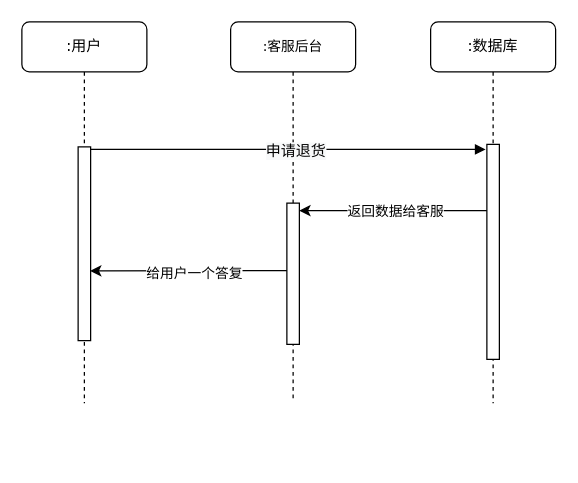
Before: 退货协商顺序图.drawio in 200928/image, a draw.io diagram. Source tidied: cells renumbered, new cells numbered last; positions are measured from the earlier drawing's top-left corner, leaving out a move shared by most shapes. Both pictures are drawn from the tidied source at 125%, with x=0, y=0 at pixel (21, 21).
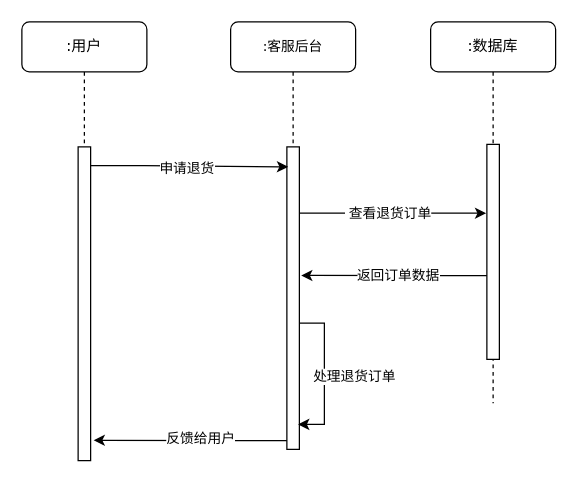
The same diagram, later.

Commit message (it also covers changes not shown here):
更新退货协商顺序图.drawio

Unchanged cells that the change refers to:
```xml
<mxCell id="5" style="html=1;points=[];perimeter=orthogonalPerimeter;rounded=0;shadow=0;comic=0;labelBackgroundColor=none;strokeWidth=1;fontFamily=Verdana;fontSize=12;align=center;" parent="4" vertex="1">
  <mxGeometry x="45" y="98" width="10" height="172" as="geometry" />
</mxCell>
```

Change to the diagram source:
```diff
@@
     <mxCell id="2" value="&lt;font style=&quot;font-size: 11px ; line-height: 1.2&quot;&gt;:客服后台&lt;/font&gt;" style="shape=umlLifeline;perimeter=lifelinePerimeter;whiteSpace=wrap;html=1;rounded=1;shadow=0;comic=0;labelBackgroundColor=none;strokeWidth=1;fontFamily=Verdana;fontSize=12;align=center;" parent="1" vertex="1">
-      <mxGeometry x="167" width="100" height="302" as="geometry" />
+      <mxGeometry x="167" width="100" height="342" as="geometry" />
     </mxCell>
     <mxCell id="3" style="html=1;points=[];perimeter=orthogonalPerimeter;rounded=0;shadow=0;comic=0;labelBackgroundColor=none;strokeWidth=1;fontFamily=Verdana;fontSize=12;align=center;" parent="2" vertex="1">
-      <mxGeometry x="45" y="145" width="10" height="113" as="geometry" />
+      <mxGeometry x="45" y="100" width="10" height="242" as="geometry" />
     </mxCell>
+    <mxCell id="14" style="edgeStyle=orthogonalEdgeStyle;rounded=0;jettySize=auto;html=1;" parent="2" edge="1" source="3">
+      <mxGeometry relative="1" as="geometry">
+        <mxPoint x="54" y="322" as="targetPoint" />
+        <Array as="points">
+          <mxPoint x="75" y="241" />
+          <mxPoint x="75" y="322" />
+        </Array>
+      </mxGeometry>
+    </mxCell>
+    <mxCell id="15" value="处理退货订单" style="edgeLabel;html=1;align=center;verticalAlign=middle;" parent="14" vertex="1">
+      <mxGeometry x="-0.25" y="-3" relative="1" as="geometry">
+        <mxPoint x="26" y="16" as="offset" />
+      </mxGeometry>
+    </mxCell>
@@
     <mxCell id="6" value=":用户" style="shape=umlLifeline;perimeter=lifelinePerimeter;whiteSpace=wrap;html=1;rounded=1;shadow=0;comic=0;labelBackgroundColor=none;strokeWidth=1;fontFamily=Verdana;fontSize=12;align=center;" parent="1" vertex="1">
-      <mxGeometry width="100" height="305" as="geometry" />
+      <mxGeometry width="100" height="351" as="geometry" />
     </mxCell>
     <mxCell id="7" style="html=1;points=[];perimeter=orthogonalPerimeter;rounded=0;shadow=0;comic=0;labelBackgroundColor=none;strokeWidth=1;fontFamily=Verdana;fontSize=12;align=center;" parent="6" vertex="1">
-      <mxGeometry x="45" y="100" width="10" height="155" as="geometry" />
+      <mxGeometry x="45" y="100" width="10" height="251" as="geometry" />
     </mxCell>
-    <mxCell id="8" style="html=1;verticalAlign=bottom;endArrow=block;labelBackgroundColor=none;fontFamily=Verdana;fontSize=12;edgeStyle=elbowEdgeStyle;elbow=vertical;" parent="1" edge="1">
-      <mxGeometry x="-0.03" y="-57" relative="1" as="geometry">
-        <mxPoint x="55" y="102" as="sourcePoint" />
-        <mxPoint x="371" y="102" as="targetPoint" />
-      </mxGeometry>
-    </mxCell>
+    <mxCell id="16" style="edgeStyle=orthogonalEdgeStyle;rounded=0;jettySize=auto;html=1;" parent="1" edge="1" source="7">
+      <mxGeometry relative="1" as="geometry">
+        <mxPoint x="213" y="116" as="targetPoint" />
+        <Array as="points">
+          <mxPoint x="98" y="115" />
+          <mxPoint x="98" y="115" />
+        </Array>
+      </mxGeometry>
+    </mxCell>
-    <mxCell id="9" value="&lt;span style=&quot;font-family: &amp;#34;verdana&amp;#34; ; font-size: 12px ; background-color: rgb(248 , 249 , 250)&quot;&gt;申请退货&lt;/span&gt;" style="edgeLabel;html=1;align=center;verticalAlign=middle;" parent="8" vertex="1">
-      <mxGeometry x="-0.18" y="-2" relative="1" as="geometry">
-        <mxPoint x="33" y="-1" as="offset" />
+    <mxCell id="9" value="申请退货" style="edgeLabel;html=1;align=center;verticalAlign=middle;" parent="16" vertex="1">
+      <mxGeometry x="-0.13" y="-2" relative="1" as="geometry">
+        <mxPoint x="8" y="-1" as="offset" />
       </mxGeometry>
     </mxCell>
-    <mxCell id="10" style="edgeStyle=orthogonalEdgeStyle;rounded=0;jettySize=auto;html=1;" parent="1" edge="1" source="5">
-      <mxGeometry relative="1" as="geometry">
-        <mxPoint x="222" y="151" as="targetPoint" />
-        <Array as="points">
-          <mxPoint x="223" y="151" />
-        </Array>
-      </mxGeometry>
-    </mxCell>
-    <mxCell id="11" value="返回数据给客服" style="edgeLabel;html=1;align=center;verticalAlign=middle;" parent="10" vertex="1">
-      <mxGeometry x="0.15" y="1" relative="1" as="geometry">
-        <mxPoint x="12" y="-1" as="offset" />
-      </mxGeometry>
-    </mxCell>
+    <mxCell id="17" style="edgeStyle=orthogonalEdgeStyle;rounded=0;jettySize=auto;html=1;entryX=-0.056;entryY=0.32;entryDx=0;entryDy=0;entryPerimeter=0;" parent="1" edge="1" source="3" target="5">
+      <mxGeometry relative="1" as="geometry">
+        <Array as="points">
+          <mxPoint x="261" y="153" />
+          <mxPoint x="261" y="153" />
+        </Array>
+      </mxGeometry>
+    </mxCell>
+    <mxCell id="18" value="&amp;nbsp;查看退货订单" style="edgeLabel;html=1;align=center;verticalAlign=middle;" parent="17" vertex="1">
+      <mxGeometry x="-0.2" y="1" relative="1" as="geometry">
+        <mxPoint x="10" as="offset" />
+      </mxGeometry>
+    </mxCell>
+    <mxCell id="19" style="edgeStyle=orthogonalEdgeStyle;rounded=0;jettySize=auto;html=1;entryX=1.144;entryY=0.425;entryDx=0;entryDy=0;entryPerimeter=0;" parent="1" edge="1" source="5" target="3">
+      <mxGeometry relative="1" as="geometry">
+        <Array as="points">
+          <mxPoint x="343" y="203" />
+          <mxPoint x="343" y="203" />
+        </Array>
+      </mxGeometry>
+    </mxCell>
+    <mxCell id="20" value="返回订单数据" style="edgeLabel;html=1;align=center;verticalAlign=middle;" parent="19" vertex="1">
+      <mxGeometry x="0.24" y="-2" relative="1" as="geometry">
+        <mxPoint x="20" y="2" as="offset" />
+      </mxGeometry>
+    </mxCell>
-    <mxCell id="12" style="edgeStyle=orthogonalEdgeStyle;rounded=0;jettySize=auto;html=1;entryX=0.967;entryY=0.64;entryDx=0;entryDy=0;entryPerimeter=0;" parent="1" edge="1" source="3" target="7">
+    <mxCell id="12" style="edgeStyle=orthogonalEdgeStyle;rounded=0;jettySize=auto;html=1;entryX=1.24;entryY=0.935;entryDx=0;entryDy=0;entryPerimeter=0;" parent="1" edge="1" source="3" target="7">
       <mxGeometry relative="1" as="geometry">
         <Array as="points">
-          <mxPoint x="181" y="199" />
-          <mxPoint x="181" y="199" />
+          <mxPoint x="181" y="335" />
+          <mxPoint x="181" y="335" />
         </Array>
       </mxGeometry>
     </mxCell>
-    <mxCell id="13" value="给用户一个答复" style="edgeLabel;html=1;align=center;verticalAlign=middle;" parent="12" vertex="1">
-      <mxGeometry x="0.27" y="1" relative="1" as="geometry">
-        <mxPoint x="25" as="offset" />
-      </mxGeometry>
-    </mxCell>
+    <mxCell id="21" value="反馈给用户" style="edgeLabel;html=1;align=center;verticalAlign=middle;" parent="12" vertex="1">
+      <mxGeometry x="0.18" y="1" relative="1" as="geometry">
+        <mxPoint x="22" y="-3" as="offset" />
+      </mxGeometry>
+    </mxCell>
```
